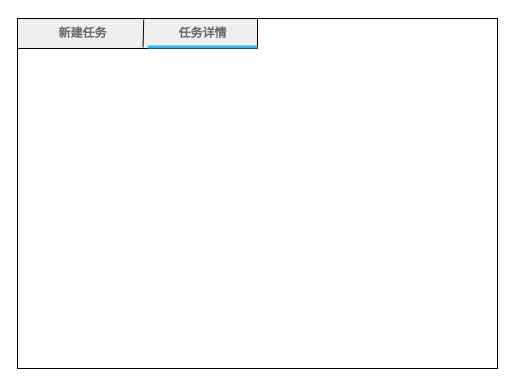
The draw.io diagram page "第 2 页" (2 of 3) of 原型图.drawio in foreignbill/drawio, before the edit. Source tidied: cells renumbered, new cells numbered last; positions are measured from the earlier drawing's top-left corner, leaving out a move shared by most shapes. Both pictures are drawn from the tidied source at 100%, with x=0, y=0 at pixel (17, 18).
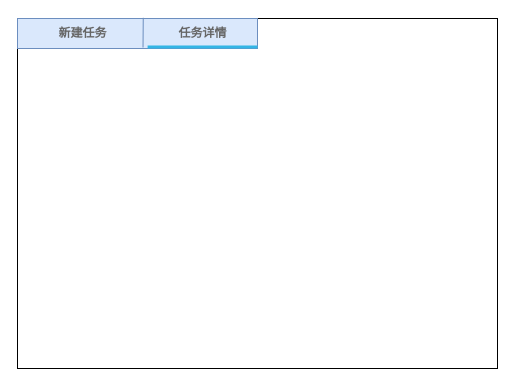
Above is the later version.

Diff of the diagram source:
```diff
@@
 <mxGraphModel>
   <root>
     <mxCell id="0" />
     <mxCell id="1" parent="0" />
-    <mxCell id="2" style="rounded=0;whiteSpace=wrap;html=1;" parent="1" vertex="1">
+    <mxCell id="2" style="rounded=0;whiteSpace=wrap;html=1;fontFamily=Times New Roman;" parent="1" vertex="1">
       <mxGeometry width="480" height="350" as="geometry" />
     </mxCell>
-    <mxCell id="3" style="strokeWidth=1;html=1;shadow=0;dashed=0;shape=mxgraph.android.rrect;rSize=0;fillColor=#eeeeee;strokeColor=default;" parent="1" vertex="1">
+    <mxCell id="3" style="strokeWidth=1;html=1;shadow=0;dashed=0;shape=mxgraph.android.rrect;rSize=0;fillColor=#dae8fc;strokeColor=#6c8ebf;fontFamily=Times New Roman;" parent="1" vertex="1">
       <mxGeometry width="240" height="30" as="geometry" />
     </mxCell>
-    <mxCell id="4" value="新建任务" style="strokeWidth=1;html=1;shadow=0;dashed=0;shape=mxgraph.android.anchor;fontStyle=1;fontColor=#666666;" parent="3" vertex="1">
+    <mxCell id="4" value="新建任务" style="strokeWidth=1;html=1;shadow=0;dashed=0;shape=mxgraph.android.anchor;fontStyle=1;fontColor=#666666;fontFamily=Times New Roman;" parent="3" vertex="1">
       <mxGeometry width="129.7" height="30" as="geometry" />
     </mxCell>
-    <mxCell id="5" value="任务详情" style="strokeWidth=1;html=1;shadow=0;dashed=0;shape=mxgraph.android.rrect;rSize=0;fontStyle=1;fillColor=none;strokeColor=none;fontColor=#666666;" parent="3" vertex="1">
+    <mxCell id="5" value="任务详情" style="strokeWidth=1;html=1;shadow=0;dashed=0;shape=mxgraph.android.rrect;rSize=0;fontStyle=1;fillColor=none;strokeColor=none;fontColor=#666666;fontFamily=Times New Roman;" parent="3" vertex="1">
       <mxGeometry x="130.1" width="109.9" height="30" as="geometry" />
     </mxCell>
-    <mxCell id="6" style="strokeWidth=1;html=1;shadow=0;dashed=0;shape=mxgraph.android.rrect;rSize=0;fillColor=#33b5e5;strokeColor=none;" parent="5" vertex="1">
+    <mxCell id="6" style="strokeWidth=1;html=1;shadow=0;dashed=0;shape=mxgraph.android.rrect;rSize=0;fillColor=#33b5e5;strokeColor=none;fontFamily=Times New Roman;" parent="5" vertex="1">
       <mxGeometry y="27" width="109.9" height="3" as="geometry" />
     </mxCell>
-    <mxCell id="7" style="endArrow=none;html=1;rounded=0;entryX=0.526;entryY=0.033;entryDx=0;entryDy=0;entryPerimeter=0;exitX=0.523;exitY=0.967;exitDx=0;exitDy=0;exitPerimeter=0;" parent="1" edge="1" source="3" target="3">
+    <mxCell id="7" style="endArrow=none;html=1;rounded=0;entryX=0.524;entryY=-0.023;entryDx=0;entryDy=0;entryPerimeter=0;exitX=0.523;exitY=0.967;exitDx=0;exitDy=0;exitPerimeter=0;fontFamily=Times New Roman;fillColor=#dae8fc;strokeColor=#6c8ebf;" parent="1" edge="1" source="3" target="3">
       <mxGeometry relative="1" as="geometry" />
     </mxCell>
   </root>
 </mxGraphModel>
```
